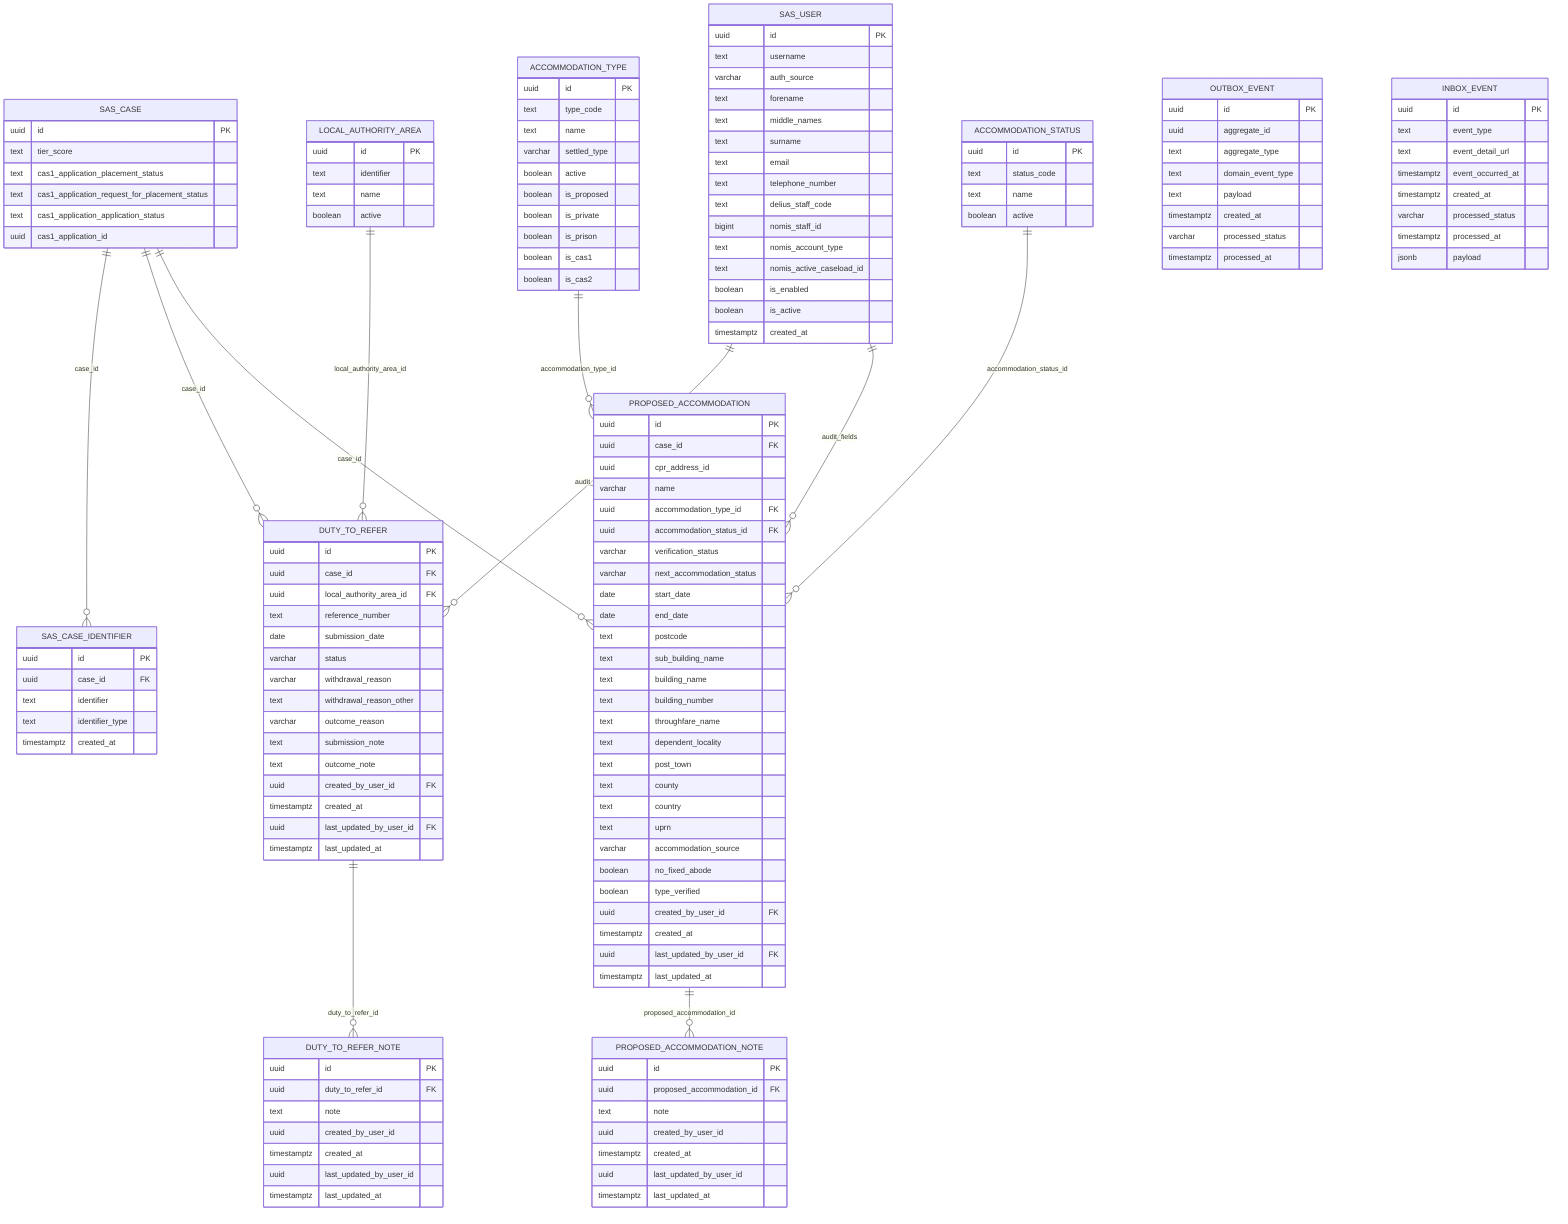
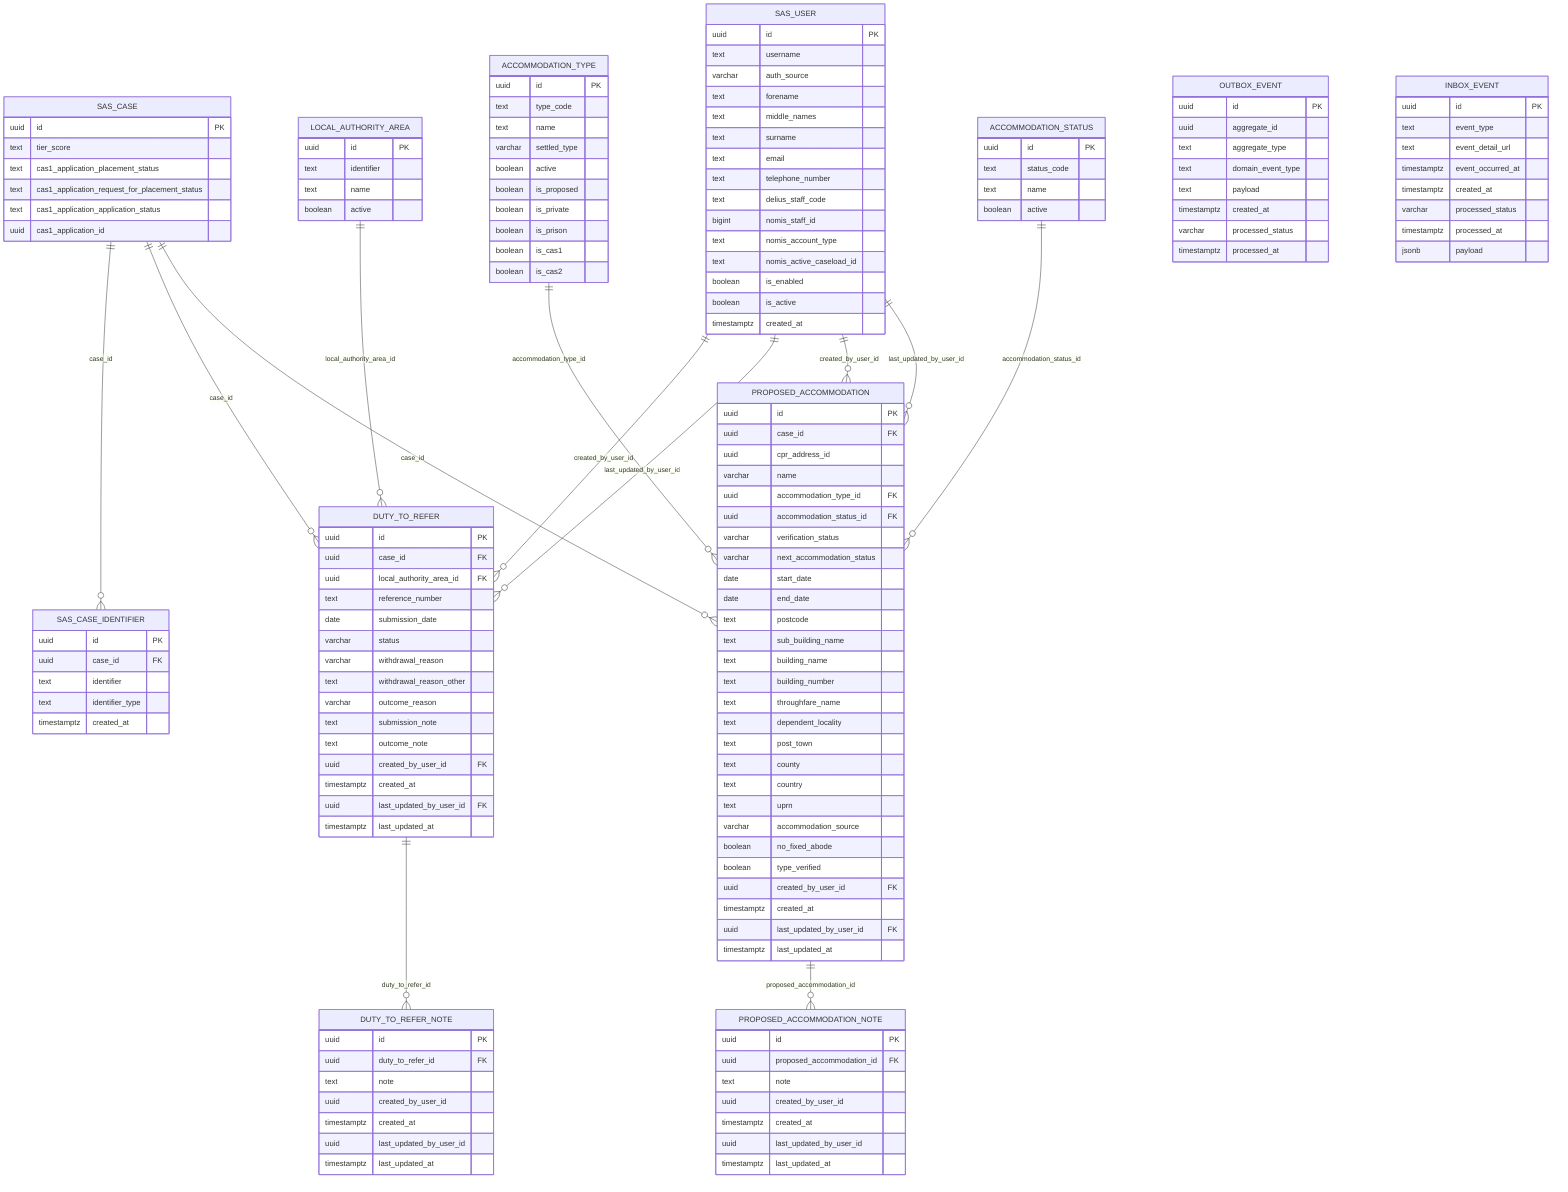
erDiagram
    SAS_CASE ||--o{ SAS_CASE_IDENTIFIER : case_id
    SAS_CASE ||--o{ DUTY_TO_REFER : case_id
    SAS_CASE ||--o{ PROPOSED_ACCOMMODATION : case_id
    LOCAL_AUTHORITY_AREA ||--o{ DUTY_TO_REFER : local_authority_area_id
    DUTY_TO_REFER ||--o{ DUTY_TO_REFER_NOTE : duty_to_refer_id
    PROPOSED_ACCOMMODATION ||--o{ PROPOSED_ACCOMMODATION_NOTE : proposed_accommodation_id
    ACCOMMODATION_TYPE ||--o{ PROPOSED_ACCOMMODATION : accommodation_type_id
    ACCOMMODATION_STATUS ||--o{ PROPOSED_ACCOMMODATION : accommodation_status_id
-     SAS_USER ||--o{ DUTY_TO_REFER : audit_fields
-     SAS_USER ||--o{ PROPOSED_ACCOMMODATION : audit_fields
+     SAS_USER ||--o{ DUTY_TO_REFER : created_by_user_id
+     SAS_USER ||--o{ DUTY_TO_REFER : last_updated_by_user_id
+     SAS_USER ||--o{ PROPOSED_ACCOMMODATION : created_by_user_id
+     SAS_USER ||--o{ PROPOSED_ACCOMMODATION : last_updated_by_user_id

    SAS_CASE {
        uuid id PK
        text tier_score
        text cas1_application_placement_status
        text cas1_application_request_for_placement_status
        text cas1_application_application_status
        uuid cas1_application_id
    }
    SAS_CASE_IDENTIFIER {
        uuid id PK
        uuid case_id FK
        text identifier
        text identifier_type
        timestamptz created_at
    }
    DUTY_TO_REFER {
        uuid id PK
        uuid case_id FK
        uuid local_authority_area_id FK
        text reference_number
        date submission_date
        varchar status
        varchar withdrawal_reason
        text withdrawal_reason_other
        varchar outcome_reason
        text submission_note
        text outcome_note
        uuid created_by_user_id FK
        timestamptz created_at
        uuid last_updated_by_user_id FK
        timestamptz last_updated_at
    }
    DUTY_TO_REFER_NOTE {
        uuid id PK
        uuid duty_to_refer_id FK
        text note
        uuid created_by_user_id
        timestamptz created_at
        uuid last_updated_by_user_id
        timestamptz last_updated_at
    }
    PROPOSED_ACCOMMODATION {
        uuid id PK
        uuid case_id FK
        uuid cpr_address_id
        varchar name
        uuid accommodation_type_id FK
        uuid accommodation_status_id FK
        varchar verification_status
        varchar next_accommodation_status
        date start_date
        date end_date
        text postcode
        text sub_building_name
        text building_name
        text building_number
        text throughfare_name
        text dependent_locality
        text post_town
        text county
        text country
        text uprn
        varchar accommodation_source
        boolean no_fixed_abode
        boolean type_verified
        uuid created_by_user_id FK
        timestamptz created_at
        uuid last_updated_by_user_id FK
        timestamptz last_updated_at
    }
    PROPOSED_ACCOMMODATION_NOTE {
        uuid id PK
        uuid proposed_accommodation_id FK
        text note
        uuid created_by_user_id
        timestamptz created_at
        uuid last_updated_by_user_id
        timestamptz last_updated_at
    }
    ACCOMMODATION_TYPE {
        uuid id PK
        text type_code
        text name
        varchar settled_type
        boolean active
        boolean is_proposed
        boolean is_private
        boolean is_prison
        boolean is_cas1
        boolean is_cas2
    }
    ACCOMMODATION_STATUS {
        uuid id PK
        text status_code
        text name
        boolean active
    }
    LOCAL_AUTHORITY_AREA {
        uuid id PK
        text identifier
        text name
        boolean active
    }
    OUTBOX_EVENT {
        uuid id PK
        uuid aggregate_id
        text aggregate_type
        text domain_event_type
        text payload
        timestamptz created_at
        varchar processed_status
        timestamptz processed_at
    }
    INBOX_EVENT {
        uuid id PK
        text event_type
        text event_detail_url
        timestamptz event_occurred_at
        timestamptz created_at
        varchar processed_status
        timestamptz processed_at
        jsonb payload
    }
    SAS_USER {
        uuid id PK
        text username
        varchar auth_source
        text forename
        text middle_names
        text surname
        text email
        text telephone_number
        text delius_staff_code
        bigint nomis_staff_id
        text nomis_account_type
        text nomis_active_caseload_id
        boolean is_enabled
        boolean is_active
        timestamptz created_at
    }